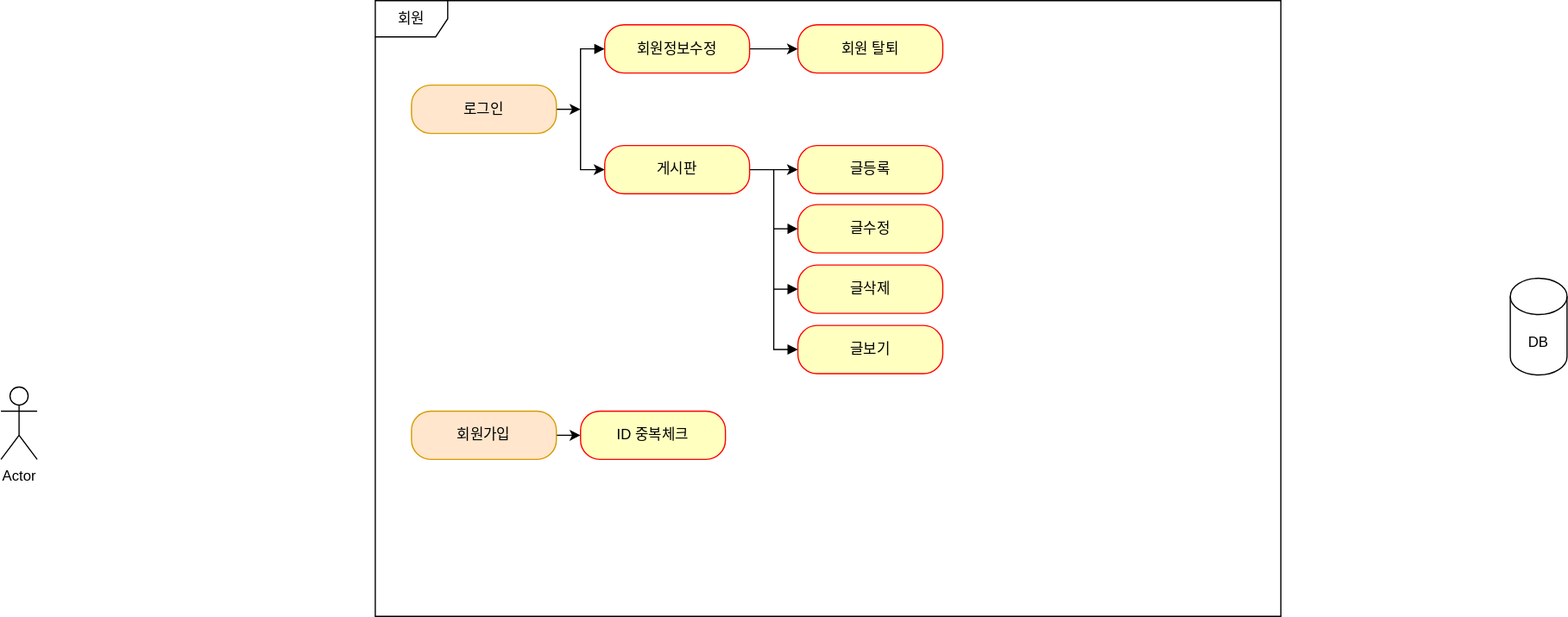
Before: usecase.svg, a diagram exported from draw.io (enviesm123/personal_project). Source tidied: cells renumbered, new cells last; positions are measured from the earlier drawing's top-left corner, leaving out a move shared by most shapes.
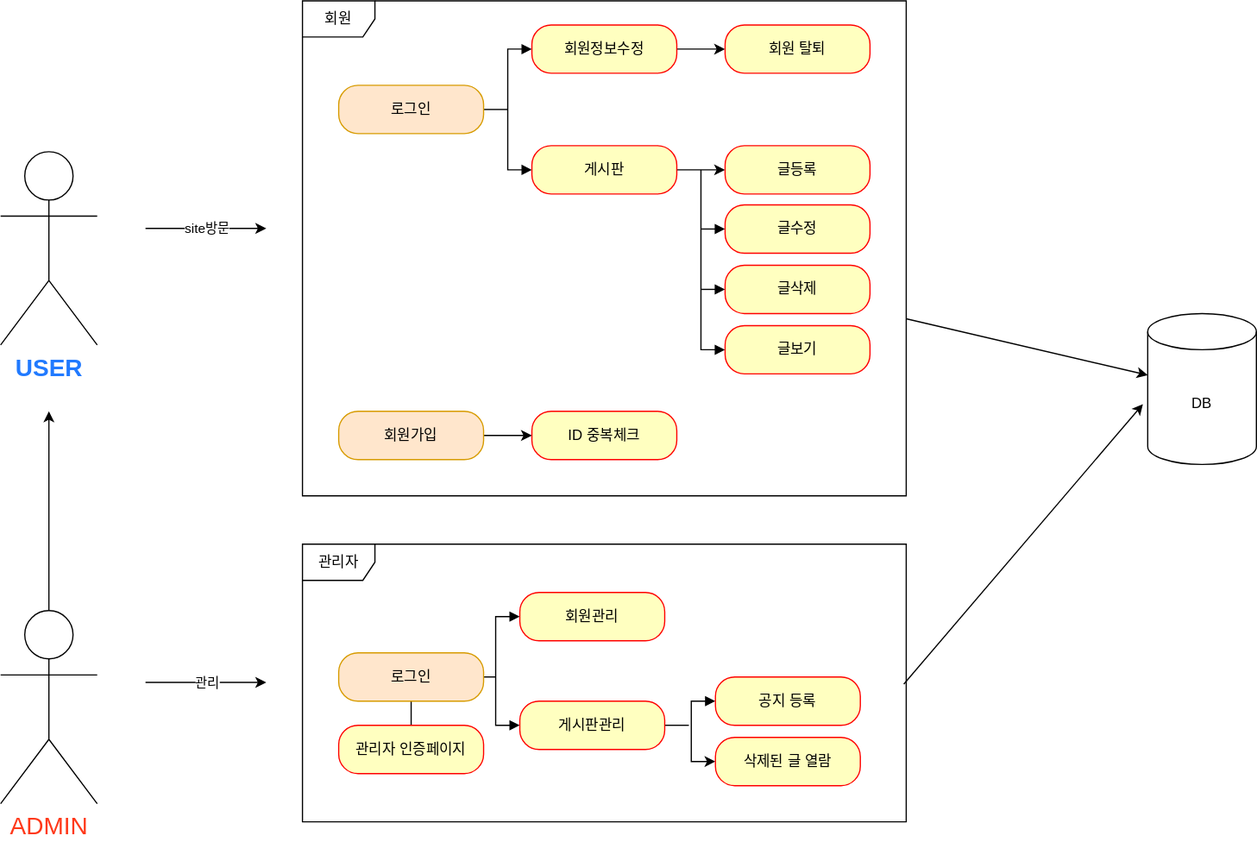
Above is the later version.

Commit message:
usecase.svg 게시판 로그인까지

Change to the diagram source:
```diff
@@ -3,15 +3,15 @@
     <mxCell id="0" />
     <mxCell id="1" parent="0" />
     <mxCell id="2" value="회원" style="shape=umlFrame;whiteSpace=wrap;html=1;" parent="1" vertex="1">
-      <mxGeometry x="310" width="750" height="510" as="geometry" />
+      <mxGeometry x="310" width="500" height="410" as="geometry" />
     </mxCell>
-    <mxCell id="3" value="Actor" style="shape=umlActor;verticalLabelPosition=bottom;verticalAlign=top;html=1;" parent="1" vertex="1">
-      <mxGeometry y="320" width="30" height="60" as="geometry" />
+    <mxCell id="3" value="&lt;b&gt;&lt;font color=&quot;#217aff&quot; style=&quot;font-size: 20px;&quot;&gt;USER&lt;/font&gt;&lt;/b&gt;" style="shape=umlActor;verticalLabelPosition=bottom;verticalAlign=top;html=1;" parent="1" vertex="1">
+      <mxGeometry x="60" y="125" width="80" height="160" as="geometry" />
     </mxCell>
-    <mxCell id="4" style="edgeStyle=orthogonalEdgeStyle;rounded=0;jettySize=auto;html=1;exitX=0;exitY=0.5;exitDx=0;exitDy=0;entryX=0;entryY=0.5;entryDx=0;entryDy=0;startArrow=block;startFill=1;" parent="1" edge="1" source="13" target="10">
+    <mxCell id="4" style="edgeStyle=orthogonalEdgeStyle;rounded=0;jettySize=auto;html=1;exitX=0;exitY=0.5;exitDx=0;exitDy=0;entryX=0;entryY=0.5;entryDx=0;entryDy=0;startArrow=block;startFill=1;endArrow=block;endFill=1;" parent="1" edge="1" source="13" target="10">
       <mxGeometry relative="1" as="geometry" />
     </mxCell>
-    <mxCell id="5" style="edgeStyle=orthogonalEdgeStyle;rounded=0;jettySize=auto;html=1;exitX=1;exitY=0.5;exitDx=0;exitDy=0;" parent="1" edge="1" source="6">
+    <mxCell id="5" style="edgeStyle=orthogonalEdgeStyle;rounded=0;jettySize=auto;html=1;exitX=1;exitY=0.5;exitDx=0;exitDy=0;endArrow=none;endFill=0;" parent="1" edge="1" source="6">
       <mxGeometry relative="1" as="geometry">
         <mxPoint x="480" y="90" as="targetPoint" />
       </mxGeometry>
@@ -32,7 +32,7 @@
       <mxGeometry x="500" y="120" width="120" height="40" as="geometry" />
     </mxCell>
     <mxCell id="11" value="DB" style="shape=cylinder3;whiteSpace=wrap;html=1;boundedLbl=1;backgroundOutline=1;size=15;" parent="1" vertex="1">
-      <mxGeometry x="1250" y="230" width="47" height="80" as="geometry" />
+      <mxGeometry x="1010" y="259" width="90" height="125" as="geometry" />
     </mxCell>
     <mxCell id="12" style="edgeStyle=orthogonalEdgeStyle;rounded=0;jettySize=auto;html=1;exitX=1;exitY=0.5;exitDx=0;exitDy=0;entryX=0;entryY=0.5;entryDx=0;entryDy=0;" parent="1" edge="1" source="13" target="21">
       <mxGeometry relative="1" as="geometry" />
@@ -71,7 +71,82 @@
       <mxGeometry x="660" y="20" width="120" height="40" as="geometry" />
     </mxCell>
     <mxCell id="22" value="ID 중복체크" style="rounded=1;whiteSpace=wrap;html=1;arcSize=40;fontColor=#000000;fillColor=#ffffc0;strokeColor=#ff0000;" parent="1" vertex="1">
-      <mxGeometry x="480" y="340" width="120" height="40" as="geometry" />
+      <mxGeometry x="500" y="340" width="120" height="40" as="geometry" />
     </mxCell>
+    <mxCell id="23" style="edgeStyle=orthogonalEdgeStyle;rounded=0;jettySize=auto;html=1;" parent="1" edge="1" source="24">
+      <mxGeometry relative="1" as="geometry">
+        <mxPoint x="100" y="340" as="targetPoint" />
+      </mxGeometry>
+    </mxCell>
+    <mxCell id="24" value="&lt;font color=&quot;#ff3819&quot; style=&quot;font-size: 20px;&quot;&gt;ADMIN&lt;/font&gt;" style="shape=umlActor;verticalLabelPosition=bottom;verticalAlign=top;html=1;outlineConnect=0;" parent="1" vertex="1">
+      <mxGeometry x="60" y="505" width="80" height="160" as="geometry" />
+    </mxCell>
+    <mxCell id="25" value="관리자" style="shape=umlFrame;whiteSpace=wrap;html=1;" parent="1" vertex="1">
+      <mxGeometry x="310" y="450" width="500" height="230" as="geometry" />
+    </mxCell>
+    <mxCell id="26" style="endArrow=classic;html=1;rounded=0;" parent="1" edge="1">
+      <mxGeometry relative="1" as="geometry">
+        <mxPoint x="180" y="188.5" as="sourcePoint" />
+        <mxPoint x="280" y="188.5" as="targetPoint" />
+        <Array as="points">
+          <mxPoint x="230" y="188.5" />
+        </Array>
+      </mxGeometry>
+    </mxCell>
+    <mxCell id="27" value="site방문" style="edgeLabel;html=1;align=center;verticalAlign=middle;" parent="26" vertex="1">
+      <mxGeometry relative="1" as="geometry" />
+    </mxCell>
+    <mxCell id="28" style="edgeStyle=orthogonalEdgeStyle;rounded=0;jettySize=auto;html=1;exitX=0.5;exitY=1;exitDx=0;exitDy=0;entryX=0.5;entryY=0;entryDx=0;entryDy=0;endArrow=none;endFill=0;" parent="1" edge="1" source="30" target="38">
+      <mxGeometry relative="1" as="geometry" />
+    </mxCell>
+    <mxCell id="29" style="edgeStyle=orthogonalEdgeStyle;rounded=0;jettySize=auto;html=1;exitX=1;exitY=0.5;exitDx=0;exitDy=0;endArrow=none;endFill=0;" parent="1" edge="1" source="30">
+      <mxGeometry relative="1" as="geometry">
+        <mxPoint x="470" y="560" as="targetPoint" />
+      </mxGeometry>
+    </mxCell>
+    <mxCell id="30" value="로그인" style="rounded=1;whiteSpace=wrap;html=1;arcSize=40;fillColor=#ffe6cc;strokeColor=#d79b00;" parent="1" vertex="1">
+      <mxGeometry x="340" y="540" width="120" height="40" as="geometry" />
+    </mxCell>
+    <mxCell id="31" style="edgeStyle=orthogonalEdgeStyle;rounded=0;jettySize=auto;html=1;exitX=0;exitY=0.5;exitDx=0;exitDy=0;entryX=0;entryY=0.5;entryDx=0;entryDy=0;endArrow=block;endFill=1;startArrow=block;startFill=1;" parent="1" edge="1" source="32" target="34">
+      <mxGeometry relative="1" as="geometry" />
+    </mxCell>
+    <mxCell id="32" value="회원관리" style="rounded=1;whiteSpace=wrap;html=1;arcSize=40;fontColor=#000000;fillColor=#ffffc0;strokeColor=#ff0000;" parent="1" vertex="1">
+      <mxGeometry x="490" y="490" width="120" height="40" as="geometry" />
+    </mxCell>
+    <mxCell id="33" style="edgeStyle=orthogonalEdgeStyle;rounded=0;jettySize=auto;html=1;exitX=1;exitY=0.5;exitDx=0;exitDy=0;endArrow=none;endFill=0;" parent="1" edge="1" source="34">
+      <mxGeometry relative="1" as="geometry">
+        <mxPoint x="630" y="600" as="targetPoint" />
+      </mxGeometry>
+    </mxCell>
+    <mxCell id="34" value="게시판관리" style="rounded=1;whiteSpace=wrap;html=1;arcSize=40;fontColor=#000000;fillColor=#ffffc0;strokeColor=#ff0000;" parent="1" vertex="1">
+      <mxGeometry x="490" y="580" width="120" height="40" as="geometry" />
+    </mxCell>
+    <mxCell id="35" style="edgeStyle=orthogonalEdgeStyle;rounded=0;jettySize=auto;html=1;exitX=0;exitY=0.5;exitDx=0;exitDy=0;entryX=0;entryY=0.5;entryDx=0;entryDy=0;startArrow=block;startFill=1;" parent="1" edge="1" source="36" target="37">
+      <mxGeometry relative="1" as="geometry" />
+    </mxCell>
+    <mxCell id="36" value="공지 등록" style="rounded=1;whiteSpace=wrap;html=1;arcSize=40;fontColor=#000000;fillColor=#ffffc0;strokeColor=#ff0000;" parent="1" vertex="1">
+      <mxGeometry x="652" y="560" width="120" height="40" as="geometry" />
+    </mxCell>
+    <mxCell id="37" value="삭제된 글 열람" style="rounded=1;whiteSpace=wrap;html=1;arcSize=40;fontColor=#000000;fillColor=#ffffc0;strokeColor=#ff0000;" parent="1" vertex="1">
+      <mxGeometry x="652" y="610" width="120" height="40" as="geometry" />
+    </mxCell>
+    <mxCell id="38" value="관리자 인증페이지" style="rounded=1;whiteSpace=wrap;html=1;arcSize=40;fontColor=#000000;fillColor=#ffffc0;strokeColor=#ff0000;" parent="1" vertex="1">
+      <mxGeometry x="340" y="600" width="120" height="40" as="geometry" />
+    </mxCell>
+    <mxCell id="39" style="endArrow=classic;html=1;rounded=0;" parent="1" edge="1">
+      <mxGeometry relative="1" as="geometry">
+        <mxPoint x="180" y="564.5" as="sourcePoint" />
+        <mxPoint x="280" y="564.5" as="targetPoint" />
+      </mxGeometry>
+    </mxCell>
+    <mxCell id="40" value="관리" style="edgeLabel;html=1;align=center;verticalAlign=middle;" parent="39" vertex="1">
+      <mxGeometry relative="1" as="geometry" />
+    </mxCell>
+    <mxCell id="41" style="rounded=0;jettySize=auto;html=1;entryX=-0.044;entryY=0.6;entryDx=0;entryDy=0;entryPerimeter=0;exitX=0.996;exitY=0.504;exitDx=0;exitDy=0;exitPerimeter=0;" parent="1" edge="1" source="25" target="11">
+      <mxGeometry relative="1" as="geometry" />
+    </mxCell>
+    <mxCell id="42" style="rounded=0;jettySize=auto;html=1;entryX=0;entryY=0.408;entryDx=0;entryDy=0;entryPerimeter=0;" parent="1" edge="1" source="2" target="11">
+      <mxGeometry relative="1" as="geometry" />
+    </mxCell>
   </root>
 </mxGraphModel>
```
